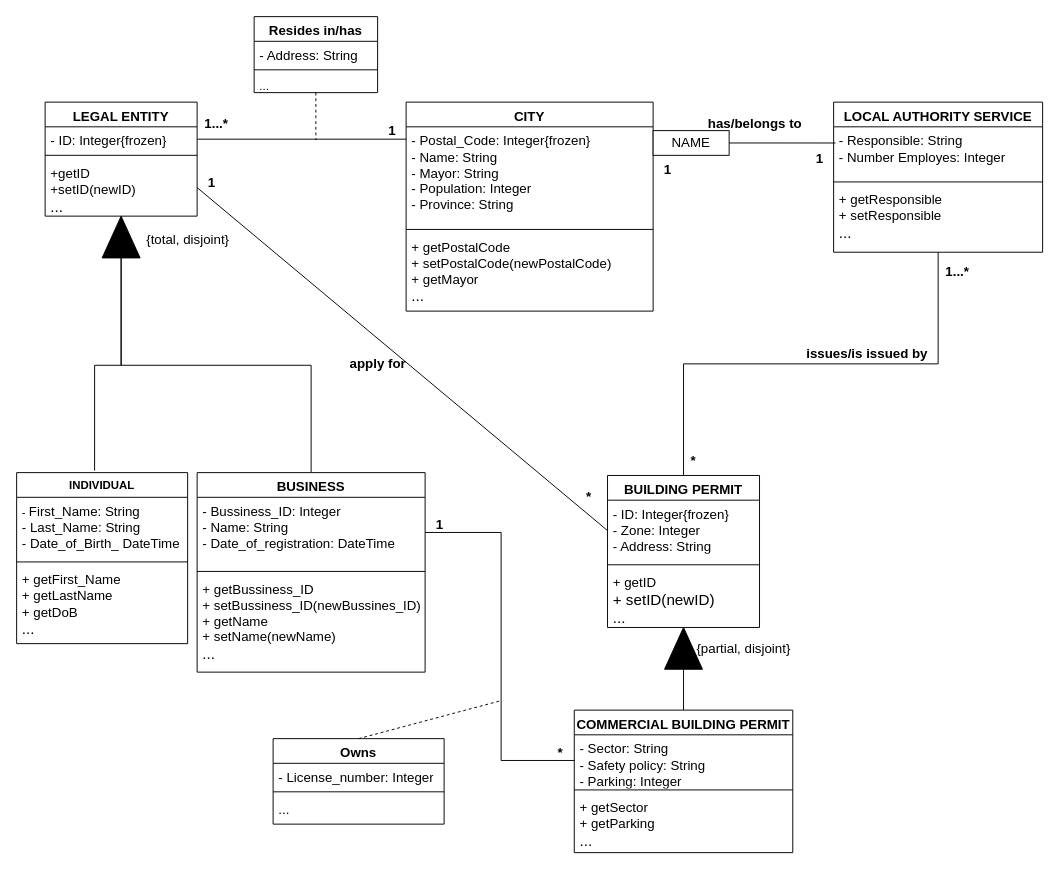
Above: question2.drawio in fragolaTJ/TTtrak (draw.io), before the change. Source tidied: cells renumbered, new cells numbered last; positions are measured from the earlier drawing's top-left corner, leaving out a move shared by most shapes. Both pictures are drawn from the tidied source at 95%, with x=0, y=0 at pixel (16, 16).
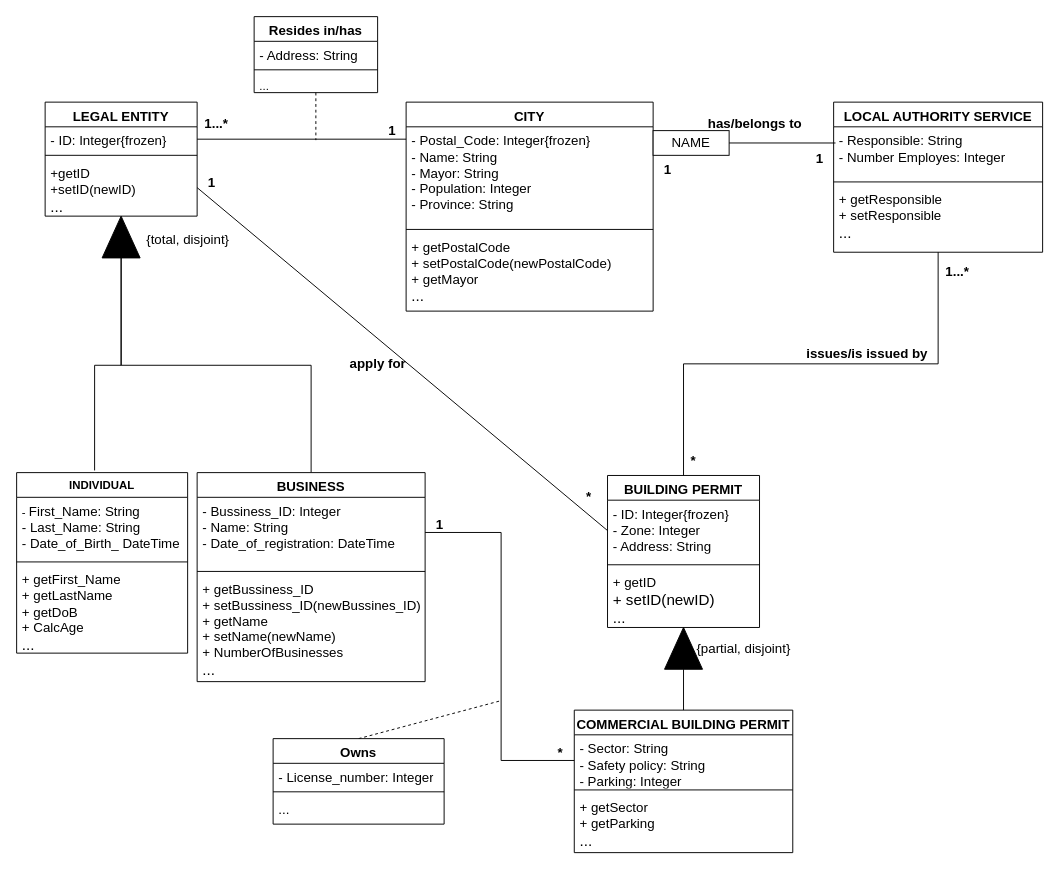
The same page after the edit.

The edit, as a diff of the source:
```diff
@@
     <mxCell id="12" value="INDIVIDUAL" style="swimlane;fontStyle=1;align=center;verticalAlign=top;horizontal=1;startSize=26;whiteSpace=wrap;html=1;" parent="1" vertex="1">
-      <mxGeometry y="480" width="180" height="180" as="geometry" />
+      <mxGeometry y="480" width="180" height="190" as="geometry" />
     </mxCell>
@@
-    <mxCell id="15" value="&lt;div&gt;&lt;font style=&quot;font-size: 14px;&quot;&gt;+ getFirst_Name&lt;/font&gt;&lt;/div&gt;&lt;div&gt;&lt;font style=&quot;font-size: 14px;&quot;&gt;+ getLastName&lt;/font&gt;&lt;/div&gt;&lt;div&gt;&lt;font style=&quot;font-size: 14px;&quot;&gt;+ getDoB&lt;br&gt;&lt;/font&gt;&lt;/div&gt;&lt;div&gt;&lt;font size=&quot;3&quot;&gt;...&lt;br&gt;&lt;/font&gt;&lt;/div&gt;" style="text;strokeColor=none;fillColor=none;align=left;verticalAlign=top;spacingLeft=4;spacingRight=4;overflow=hidden;whiteSpace=wrap;html=1;" parent="12" vertex="1">
-      <mxGeometry y="98" width="180" height="82" as="geometry" />
+    <mxCell id="15" value="&lt;div&gt;&lt;font style=&quot;font-size: 14px;&quot;&gt;+ getFirst_Name&lt;/font&gt;&lt;/div&gt;&lt;div&gt;&lt;font style=&quot;font-size: 14px;&quot;&gt;+ getLastName&lt;/font&gt;&lt;/div&gt;&lt;div&gt;&lt;font style=&quot;font-size: 14px;&quot;&gt;+ getDoB&lt;br&gt;&lt;/font&gt;&lt;/div&gt;&lt;div&gt;&lt;font style=&quot;font-size: 14px;&quot;&gt;+ CalcAge&lt;br&gt;&lt;/font&gt;&lt;/div&gt;&lt;div&gt;&lt;font size=&quot;3&quot;&gt;...&lt;br&gt;&lt;/font&gt;&lt;/div&gt;" style="text;strokeColor=none;fillColor=none;align=left;verticalAlign=top;spacingLeft=4;spacingRight=4;overflow=hidden;whiteSpace=wrap;html=1;" parent="12" vertex="1">
+      <mxGeometry y="98" width="180" height="92" as="geometry" />
     </mxCell>
     <mxCell id="16" value="&lt;font style=&quot;font-size: 14px;&quot;&gt;BUSINESS&lt;/font&gt;" style="swimlane;fontStyle=1;align=center;verticalAlign=top;horizontal=1;startSize=26;whiteSpace=wrap;html=1;" parent="1" vertex="1">
-      <mxGeometry x="190" y="480" width="240" height="210" as="geometry" />
+      <mxGeometry x="190" y="480" width="240" height="220" as="geometry" />
     </mxCell>
@@
-    <mxCell id="19" value="&lt;div&gt;&lt;font style=&quot;font-size: 14px;&quot;&gt;+ getBussiness_ID&lt;/font&gt;&lt;/div&gt;&lt;div&gt;&lt;font style=&quot;font-size: 14px;&quot;&gt;+ setBussiness_ID(newBussines_ID)&lt;/font&gt;&lt;/div&gt;&lt;div&gt;&lt;font style=&quot;font-size: 14px;&quot;&gt;+ getName&lt;/font&gt;&lt;/div&gt;&lt;div&gt;&lt;font style=&quot;font-size: 14px;&quot;&gt;+ setName(newName)&lt;/font&gt;&lt;/div&gt;&lt;div&gt;&lt;font size=&quot;3&quot;&gt;...&lt;br&gt;&lt;/font&gt;&lt;/div&gt;" style="text;strokeColor=none;fillColor=none;align=left;verticalAlign=top;spacingLeft=4;spacingRight=4;overflow=hidden;whiteSpace=wrap;html=1;" parent="16" vertex="1">
-      <mxGeometry y="108" width="240" height="102" as="geometry" />
+    <mxCell id="19" value="&lt;div&gt;&lt;font style=&quot;font-size: 14px;&quot;&gt;+ getBussiness_ID&lt;/font&gt;&lt;/div&gt;&lt;div&gt;&lt;font style=&quot;font-size: 14px;&quot;&gt;+ setBussiness_ID(newBussines_ID)&lt;/font&gt;&lt;/div&gt;&lt;div&gt;&lt;font style=&quot;font-size: 14px;&quot;&gt;+ getName&lt;/font&gt;&lt;/div&gt;&lt;div&gt;&lt;font style=&quot;font-size: 14px;&quot;&gt;+ setName(newName)&lt;/font&gt;&lt;/div&gt;&lt;div&gt;&lt;font style=&quot;font-size: 14px;&quot;&gt;+ NumberOfBusinesses&lt;br&gt;&lt;/font&gt;&lt;/div&gt;&lt;div&gt;&lt;font size=&quot;3&quot;&gt;...&lt;br&gt;&lt;/font&gt;&lt;/div&gt;" style="text;strokeColor=none;fillColor=none;align=left;verticalAlign=top;spacingLeft=4;spacingRight=4;overflow=hidden;whiteSpace=wrap;html=1;" parent="16" vertex="1">
+      <mxGeometry y="108" width="240" height="112" as="geometry" />
     </mxCell>
```
